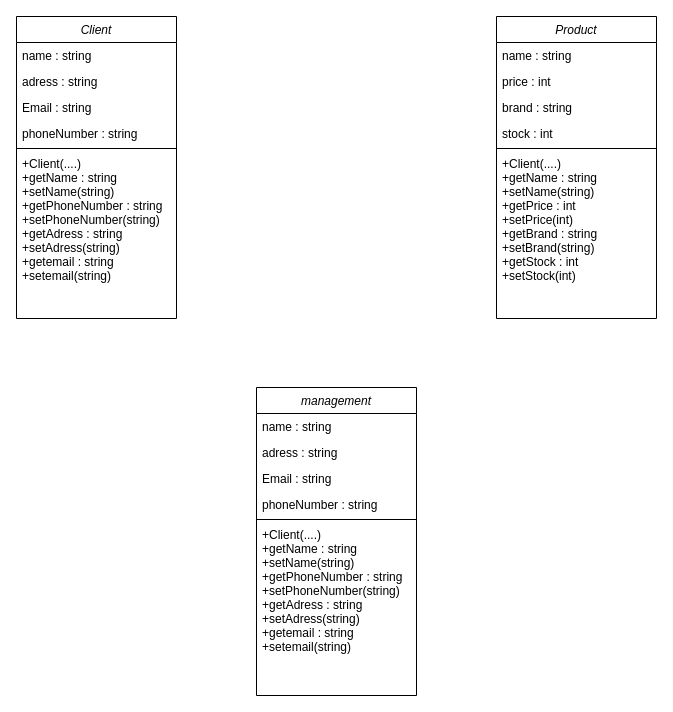
SaintMonguss/UML keeps this draw.io diagram as UML 연습.drawio. Above is the earlier version. Source tidied: cells renumbered, new cells numbered last; positions are measured from the earlier drawing's top-left corner, leaving out a move shared by most shapes. Both pictures are drawn from the tidied source at 100%, with x=0, y=0 at pixel (16, 16).
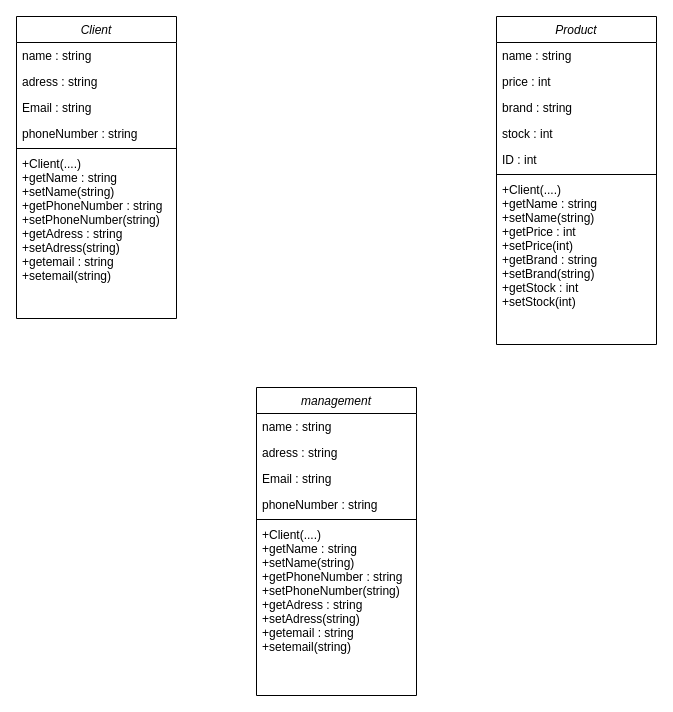
The same diagram, later.

Commit message (it also covers changes not shown here):
UML 연습.drawio 업데이트

What changed in the source:
```diff
@@
     <mxCell id="9" value="Product" style="swimlane;fontStyle=2;align=center;verticalAlign=top;horizontal=1;startSize=26;rounded=0;shadow=0;strokeWidth=1;" parent="1" vertex="1">
-      <mxGeometry x="480" width="160" height="302" as="geometry" />
+      <mxGeometry x="480" width="160" height="328" as="geometry" />
     </mxCell>
@@
+    <mxCell id="23" value="ID : int&#10;" style="text;align=left;verticalAlign=top;spacingLeft=4;spacingRight=4;overflow=hidden;rounded=0;shadow=0;html=0;" parent="9" vertex="1">
+      <mxGeometry y="130" width="160" height="26" as="geometry" />
+    </mxCell>
     <mxCell id="14" style="line;html=1;strokeWidth=1;align=left;verticalAlign=middle;spacingTop=-1;spacingLeft=3;spacingRight=3;labelPosition=right;" parent="9" vertex="1">
-      <mxGeometry y="130" width="160" height="4" as="geometry" />
+      <mxGeometry y="156" width="160" height="4" as="geometry" />
     </mxCell>
     <mxCell id="15" value="+Client(....)&#10;+getName : string&#10;+setName(string)&#10;+getPrice : int&#10;+setPrice(int)&#10;+getBrand : string&#10;+setBrand(string)&#10;+getStock : int&#10;+setStock(int)" style="text;align=left;verticalAlign=top;spacingLeft=4;spacingRight=4;overflow=hidden;" parent="9" vertex="1">
-      <mxGeometry y="134" width="160" height="168" as="geometry" />
+      <mxGeometry y="160" width="160" height="168" as="geometry" />
     </mxCell>
```
